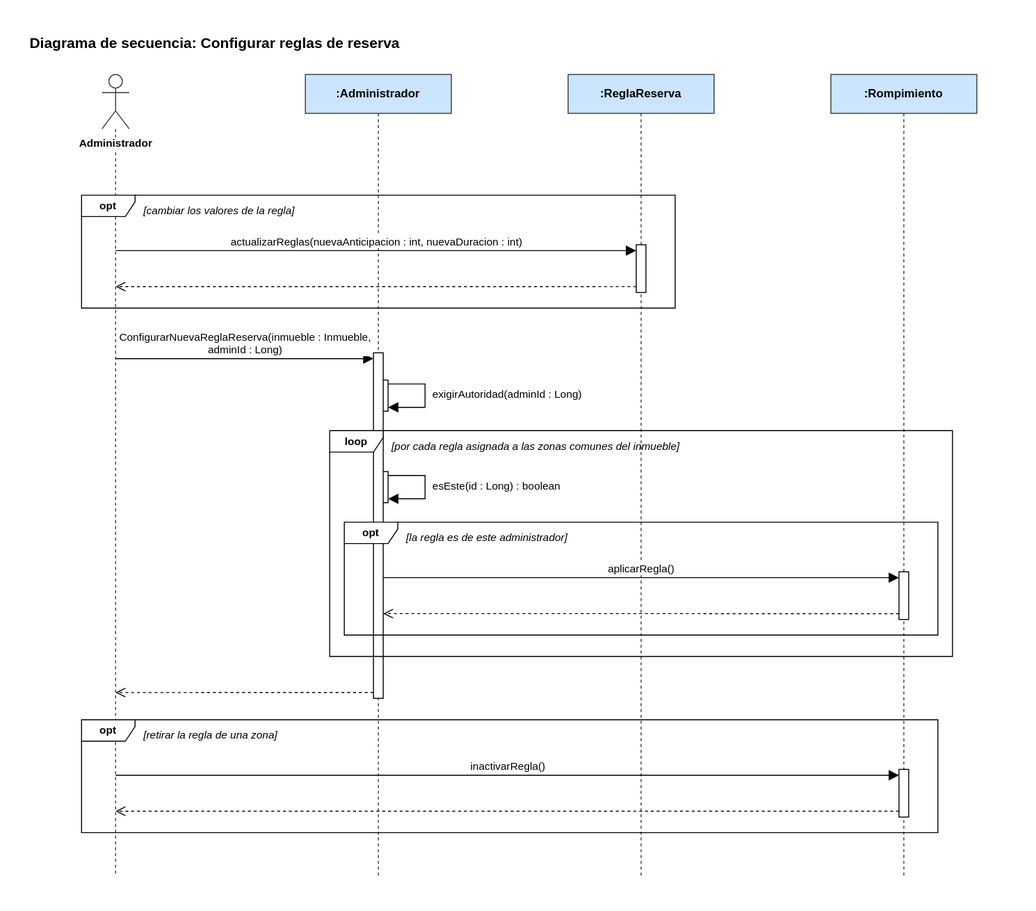
This is Diagramas/Secuencia/configurar-reglas-de-reserva.svg from manuel20051208/HorizontalSoftware-Back-End, a draw.io export, as it was before one commit. Source tidied: cells renumbered, new cells last; positions are measured from the earlier drawing's top-left corner, leaving out a move shared by most shapes.
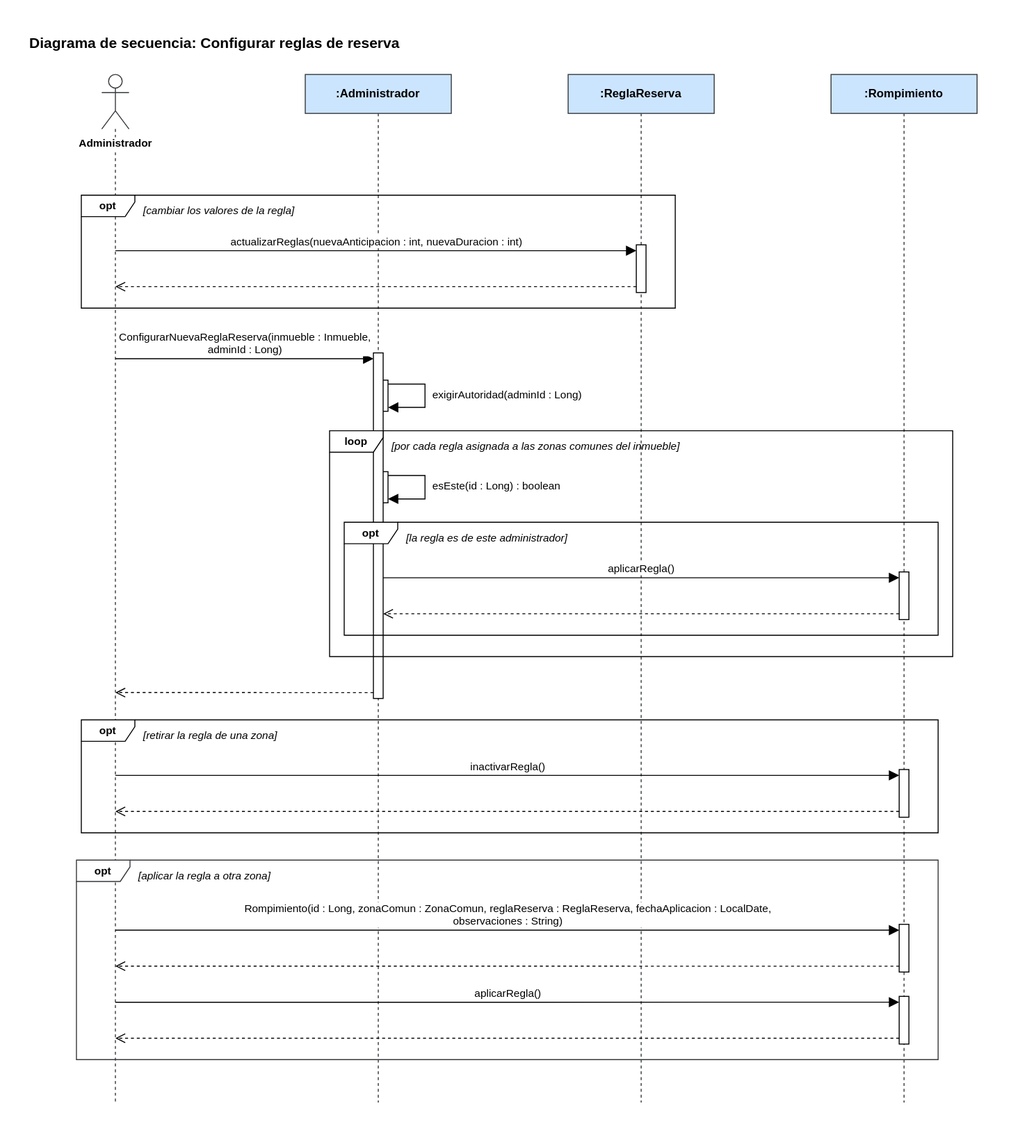
After the change.

What changed in the source:
```diff
@@ -6,16 +6,16 @@
       <mxGeometry width="1000" height="26" as="geometry" />
     </mxCell>
     <mxCell id="3" value="Administrador" style="shape=umlLifeline;participant=umlActor;perimeter=lifelinePerimeter;whiteSpace=nowrap;html=1;outlineConnect=0;portConstraint=eastwest;size=56;verticalAlign=top;spacingTop=58;labelBackgroundColor=#ffffff;fontStyle=1;fontSize=11;fillColor=#ffffff;strokeColor=#36393d;" parent="1" vertex="1">
-      <mxGeometry x="76" y="48" width="28" height="823" as="geometry" />
+      <mxGeometry x="76" y="48" width="28" height="1056" as="geometry" />
     </mxCell>
     <mxCell id="4" value=":Administrador" style="shape=umlLifeline;perimeter=lifelinePerimeter;whiteSpace=wrap;html=1;fillColor=#cce5ff;strokeColor=#36393d;fontStyle=1;fontSize=12;" parent="1" vertex="1">
-      <mxGeometry x="285" y="48" width="150" height="823" as="geometry" />
+      <mxGeometry x="285" y="48" width="150" height="1056" as="geometry" />
     </mxCell>
     <mxCell id="5" value=":ReglaReserva" style="shape=umlLifeline;perimeter=lifelinePerimeter;whiteSpace=wrap;html=1;fillColor=#cce5ff;strokeColor=#36393d;fontStyle=1;fontSize=12;" parent="1" vertex="1">
-      <mxGeometry x="555" y="48" width="150" height="823" as="geometry" />
+      <mxGeometry x="555" y="48" width="150" height="1056" as="geometry" />
     </mxCell>
     <mxCell id="6" value=":Rompimiento" style="shape=umlLifeline;perimeter=lifelinePerimeter;whiteSpace=wrap;html=1;fillColor=#cce5ff;strokeColor=#36393d;fontStyle=1;fontSize=12;" parent="1" vertex="1">
-      <mxGeometry x="825" y="48" width="150" height="823" as="geometry" />
+      <mxGeometry x="825" y="48" width="150" height="1056" as="geometry" />
     </mxCell>
     <mxCell id="7" style="html=1;points=[];perimeter=orthogonalPerimeter;fillColor=#ffffff;strokeColor=#000000;" parent="1" vertex="1">
       <mxGeometry x="625" y="223" width="10" height="49" as="geometry" />
@@ -35,13 +35,13 @@
     <mxCell id="12" style="html=1;points=[];perimeter=orthogonalPerimeter;fillColor=#ffffff;strokeColor=#000000;" parent="1" vertex="1">
       <mxGeometry x="895" y="762" width="10" height="49" as="geometry" />
     </mxCell>
-    <mxCell id="13" value="actualizarReglas(nuevaAnticipacion : int, nuevaDuracion : int)" style="html=1;verticalAlign=bottom;rounded=0;fontSize=11;strokeColor=#000000;endArrow=block;endFill=1;endSize=8;exitX=0.5000;exitY=0.2199;exitDx=0;exitDy=0;exitPerimeter=0;entryX=0.0000;entryY=0.1224;entryDx=0;entryDy=0;entryPerimeter=0;" parent="1" edge="1" source="3" target="7">
+    <mxCell id="13" value="actualizarReglas(nuevaAnticipacion : int, nuevaDuracion : int)" style="html=1;verticalAlign=bottom;rounded=0;fontSize=11;strokeColor=#000000;endArrow=block;endFill=1;endSize=8;exitX=0.5000;exitY=0.1714;exitDx=0;exitDy=0;exitPerimeter=0;entryX=0.0000;entryY=0.1224;entryDx=0;entryDy=0;entryPerimeter=0;" parent="1" edge="1" source="3" target="7">
       <mxGeometry relative="1" as="geometry" />
     </mxCell>
-    <mxCell id="14" style="html=1;verticalAlign=bottom;rounded=0;fontSize=11;strokeColor=#000000;dashed=1;endArrow=open;endFill=0;endSize=8;exitX=0.0000;exitY=0.8776;exitDx=0;exitDy=0;exitPerimeter=0;entryX=0.5000;entryY=0.2649;entryDx=0;entryDy=0;entryPerimeter=0;" parent="1" edge="1" source="7" target="3">
+    <mxCell id="14" style="html=1;verticalAlign=bottom;rounded=0;fontSize=11;strokeColor=#000000;dashed=1;endArrow=open;endFill=0;endSize=8;exitX=0.0000;exitY=0.8776;exitDx=0;exitDy=0;exitPerimeter=0;entryX=0.5000;entryY=0.2064;entryDx=0;entryDy=0;entryPerimeter=0;" parent="1" edge="1" source="7" target="3">
       <mxGeometry relative="1" as="geometry" />
     </mxCell>
-    <mxCell id="15" value="ConfigurarNuevaReglaReserva(inmueble : Inmueble,&lt;br&gt;adminId : Long)" style="html=1;verticalAlign=bottom;rounded=0;fontSize=11;strokeColor=#000000;endArrow=block;endFill=1;endSize=8;exitX=0.5000;exitY=0.3548;exitDx=0;exitDy=0;exitPerimeter=0;entryX=0.0000;entryY=0.0169;entryDx=0;entryDy=0;entryPerimeter=0;" parent="1" edge="1" source="3" target="11">
+    <mxCell id="15" value="ConfigurarNuevaReglaReserva(inmueble : Inmueble,&lt;br&gt;adminId : Long)" style="html=1;verticalAlign=bottom;rounded=0;fontSize=11;strokeColor=#000000;endArrow=block;endFill=1;endSize=8;exitX=0.5000;exitY=0.2765;exitDx=0;exitDy=0;exitPerimeter=0;entryX=0.0000;entryY=0.0169;entryDx=0;entryDy=0;entryPerimeter=0;" parent="1" edge="1" source="3" target="11">
       <mxGeometry relative="1" as="geometry" />
     </mxCell>
     <mxCell id="16" style="html=1;rounded=0;endArrow=block;endFill=1;endSize=8;strokeColor=#000000;exitX=1.0000;exitY=0.1250;exitDx=0;exitDy=0;exitPerimeter=0;entryX=1.0000;entryY=0.8750;entryDx=0;entryDy=0;entryPerimeter=0;" parent="1" edge="1" source="8" target="8">
@@ -66,13 +66,13 @@
     <mxCell id="19" style="html=1;verticalAlign=bottom;rounded=0;fontSize=11;strokeColor=#000000;dashed=1;endArrow=open;endFill=0;endSize=8;exitX=0.0000;exitY=0.8776;exitDx=0;exitDy=0;exitPerimeter=0;entryX=1.0000;entryY=0.7549;entryDx=0;entryDy=0;entryPerimeter=0;" parent="1" edge="1" source="10" target="11">
       <mxGeometry relative="1" as="geometry" />
     </mxCell>
-    <mxCell id="20" style="html=1;verticalAlign=bottom;rounded=0;fontSize=11;strokeColor=#000000;dashed=1;endArrow=open;endFill=0;endSize=8;exitX=0.0000;exitY=0.9831;exitDx=0;exitDy=0;exitPerimeter=0;entryX=0.5000;entryY=0.7716;entryDx=0;entryDy=0;entryPerimeter=0;" parent="1" edge="1" source="11" target="3">
+    <mxCell id="20" style="html=1;verticalAlign=bottom;rounded=0;fontSize=11;strokeColor=#000000;dashed=1;endArrow=open;endFill=0;endSize=8;exitX=0.0000;exitY=0.9831;exitDx=0;exitDy=0;exitPerimeter=0;entryX=0.5000;entryY=0.6013;entryDx=0;entryDy=0;entryPerimeter=0;" parent="1" edge="1" source="11" target="3">
       <mxGeometry relative="1" as="geometry" />
     </mxCell>
-    <mxCell id="21" value="inactivarRegla()" style="html=1;verticalAlign=bottom;rounded=0;fontSize=11;strokeColor=#000000;endArrow=block;endFill=1;endSize=8;exitX=0.5000;exitY=0.8748;exitDx=0;exitDy=0;exitPerimeter=0;entryX=0.0000;entryY=0.1224;entryDx=0;entryDy=0;entryPerimeter=0;" parent="1" edge="1" source="3" target="12">
+    <mxCell id="21" value="inactivarRegla()" style="html=1;verticalAlign=bottom;rounded=0;fontSize=11;strokeColor=#000000;endArrow=block;endFill=1;endSize=8;exitX=0.5000;exitY=0.6818;exitDx=0;exitDy=0;exitPerimeter=0;entryX=0.0000;entryY=0.1224;entryDx=0;entryDy=0;entryPerimeter=0;" parent="1" edge="1" source="3" target="12">
       <mxGeometry relative="1" as="geometry" />
     </mxCell>
-    <mxCell id="22" style="html=1;verticalAlign=bottom;rounded=0;fontSize=11;strokeColor=#000000;dashed=1;endArrow=open;endFill=0;endSize=8;exitX=0.0000;exitY=0.8776;exitDx=0;exitDy=0;exitPerimeter=0;entryX=0.5000;entryY=0.9198;entryDx=0;entryDy=0;entryPerimeter=0;" parent="1" edge="1" source="12" target="3">
+    <mxCell id="22" style="html=1;verticalAlign=bottom;rounded=0;fontSize=11;strokeColor=#000000;dashed=1;endArrow=open;endFill=0;endSize=8;exitX=0.0000;exitY=0.8776;exitDx=0;exitDy=0;exitPerimeter=0;entryX=0.5000;entryY=0.7169;entryDx=0;entryDy=0;entryPerimeter=0;" parent="1" edge="1" source="12" target="3">
       <mxGeometry relative="1" as="geometry" />
     </mxCell>
     <mxCell id="23" value="exigirAutoridad(adminId : Long)" style="text;html=1;align=left;verticalAlign=top;whiteSpace=wrap;overflow=hidden;fontSize=11;" parent="1" vertex="1">
@@ -81,6 +81,27 @@
     <mxCell id="24" value="esEste(id : Long) : boolean" style="text;html=1;align=left;verticalAlign=top;whiteSpace=wrap;overflow=hidden;fontSize=11;" parent="1" vertex="1">
       <mxGeometry x="414" y="458" width="185" height="28" as="geometry" />
     </mxCell>
+    <mxCell id="33" style="html=1;points=[];perimeter=orthogonalPerimeter;fillColor=#ffffff;strokeColor=#000000;" parent="1" vertex="1">
+      <mxGeometry x="895" y="921" width="10" height="49" as="geometry" />
+    </mxCell>
+    <mxCell id="34" style="html=1;points=[];perimeter=orthogonalPerimeter;fillColor=#ffffff;strokeColor=#000000;" parent="1" vertex="1">
+      <mxGeometry x="895" y="995" width="10" height="49" as="geometry" />
+    </mxCell>
+    <mxCell id="35" value="Rompimiento(id : Long, zonaComun : ZonaComun, reglaReserva : ReglaReserva, fechaAplicacion : LocalDate,&lt;br&gt;observaciones : String)" style="html=1;verticalAlign=bottom;rounded=0;fontSize=11;strokeColor=#000000;endArrow=block;endFill=1;endSize=8;exitX=0.5000;exitY=0.8324;exitDx=0;exitDy=0;exitPerimeter=0;entryX=0.0000;entryY=0.1224;entryDx=0;entryDy=0;entryPerimeter=0;" parent="1" edge="1" source="3" target="33">
+      <mxGeometry relative="1" as="geometry" />
+    </mxCell>
+    <mxCell id="36" style="html=1;verticalAlign=bottom;rounded=0;fontSize=11;strokeColor=#000000;dashed=1;endArrow=open;endFill=0;endSize=8;exitX=0.0000;exitY=0.8776;exitDx=0;exitDy=0;exitPerimeter=0;entryX=0.5000;entryY=0.8674;entryDx=0;entryDy=0;entryPerimeter=0;" parent="1" edge="1" source="33" target="3">
+      <mxGeometry relative="1" as="geometry" />
+    </mxCell>
+    <mxCell id="37" value="aplicarRegla()" style="html=1;verticalAlign=bottom;rounded=0;fontSize=11;strokeColor=#000000;endArrow=block;endFill=1;endSize=8;exitX=0.5000;exitY=0.9025;exitDx=0;exitDy=0;exitPerimeter=0;entryX=0.0000;entryY=0.1224;entryDx=0;entryDy=0;entryPerimeter=0;" parent="1" edge="1" source="3" target="34">
+      <mxGeometry relative="1" as="geometry" />
+    </mxCell>
+    <mxCell id="38" style="html=1;verticalAlign=bottom;rounded=0;fontSize=11;strokeColor=#000000;dashed=1;endArrow=open;endFill=0;endSize=8;exitX=0.0000;exitY=0.8776;exitDx=0;exitDy=0;exitPerimeter=0;entryX=0.5000;entryY=0.9375;entryDx=0;entryDy=0;entryPerimeter=0;" parent="1" edge="1" source="34" target="3">
+      <mxGeometry relative="1" as="geometry" />
+    </mxCell>
+    <mxCell id="39" value="opt" style="shape=umlFrame;whiteSpace=wrap;html=1;fillColor=#ffffff;strokeColor=#36393d;fontStyle=1;fontSize=11;width=55;height=22;" parent="1" vertex="1">
+      <mxGeometry x="50" y="855" width="885" height="205" as="geometry" />
+    </mxCell>
     <mxCell id="25" value="loop" style="shape=umlFrame;whiteSpace=wrap;html=1;fontStyle=1;fontSize=11;width=55;height=22;fillColor=#ffffff;" parent="1" vertex="1">
       <mxGeometry x="310" y="414" width="640" height="232" as="geometry" />
     </mxCell>
@@ -105,5 +126,8 @@
     <mxCell id="32" value="[retirar la regla de una zona]" style="text;html=1;align=left;verticalAlign=top;whiteSpace=wrap;fontSize=11;fontStyle=2;" parent="1" vertex="1">
       <mxGeometry x="117" y="714" width="810" height="22" as="geometry" />
     </mxCell>
+    <mxCell id="40" value="[aplicar la regla a otra zona]" style="text;html=1;align=left;verticalAlign=top;whiteSpace=wrap;fontSize=11;fontStyle=2;" parent="1" vertex="1">
+      <mxGeometry x="112" y="858" width="815" height="22" as="geometry" />
+    </mxCell>
   </root>
 </mxGraphModel>
```
